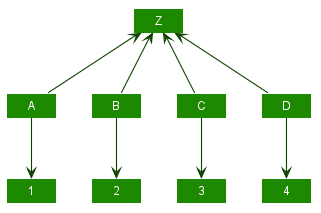
Earlier version of the PlantUML export docs/images/plantuml/HiddenArrows.png (se-edu/addressbook-level4).
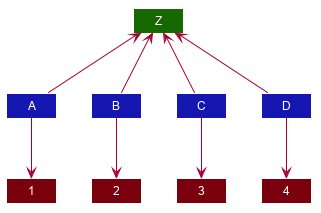
The same file after the commit.

What changed in the source:
```diff
@@ -44,11 +44,18 @@
 hide footbox
 hide members
 hide circle
-skinparam arrowThickness 1.1
-skinparam arrowColor #0E4100
-skinparam classBackgroundColor #1D8900
 
-Class A
+Class A #1616B0
+Class B #1616B0
+Class C #1616B0
+Class D #1616B0
+
+Class 1 #7B000E
+Class 2 #7B000E
+Class 3 #7B000E
+Class 4 #7B000E
+
+Class Z #166800
 
 A -up-> Z
 B -up-> Z
@@ -63,7 +70,4 @@
 A -right[hidden]- B
 B -right[hidden]- C
 C -right[hidden]- D
-
-
-
 @enduml
```
